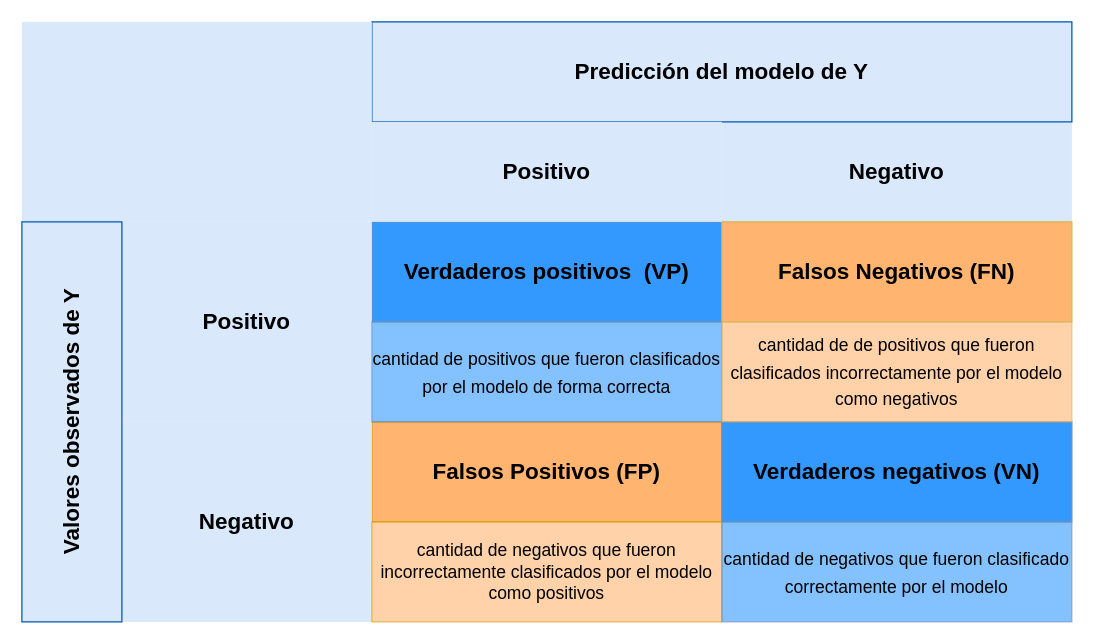
Before: docs/img/matriz_confusion.drawio in dgonxalex80/modelosEST3, a draw.io diagram. Source tidied: cells renumbered, new cells numbered last; positions are measured from the earlier drawing's top-left corner, leaving out a move shared by most shapes. Both pictures are drawn from the tidied source at 125%, with x=0, y=0 at pixel (21, 21).
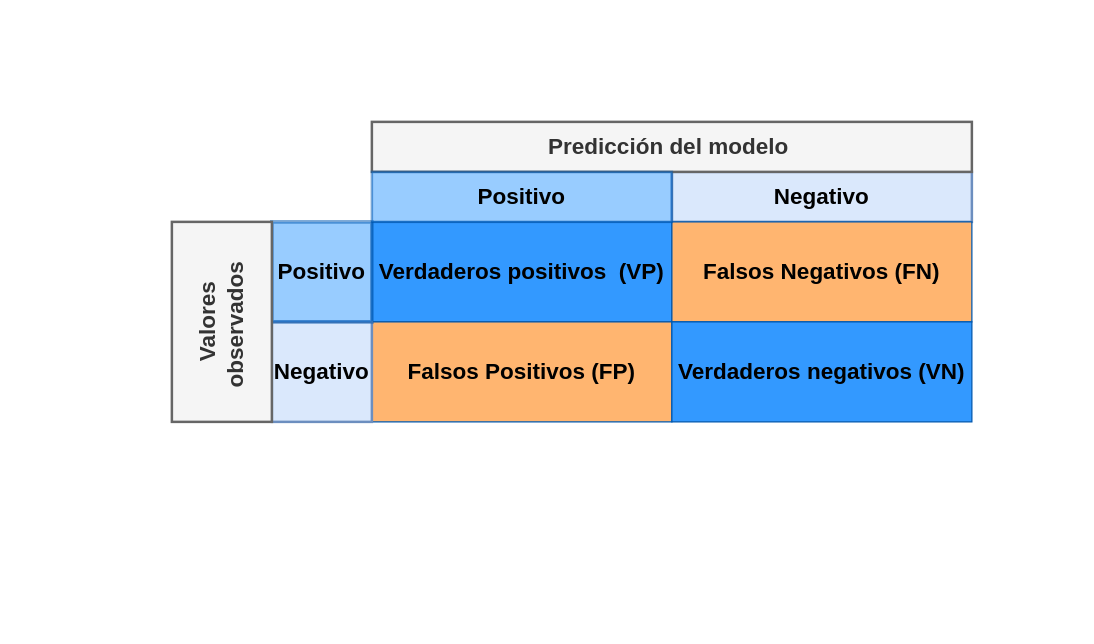
The same page after the edit.

The edit, as a diff of the source:
```diff
@@
 <mxGraphModel>
   <root>
     <mxCell id="0" />
     <mxCell id="1" parent="0" />
-    <mxCell id="2" value="Negativo" style="rounded=0;whiteSpace=wrap;html=1;fontSize=18;fontStyle=1;fillColor=#dae8fc;strokeColor=none;" parent="1" vertex="1">
-      <mxGeometry x="560" y="80" width="280" height="80" as="geometry" />
+    <mxCell id="2" value="Negativo" style="rounded=0;whiteSpace=wrap;html=1;fontSize=18;fontStyle=1;fillColor=#dae8fc;strokeColor=#6c8ebf;perimeterSpacing=2;strokeWidth=2;" parent="1" vertex="1">
+      <mxGeometry x="520" y="120" width="240" height="40" as="geometry" />
     </mxCell>
-    <mxCell id="3" value="&lt;b&gt;&lt;font&gt;Verdaderos positivos&amp;nbsp; (VP)&lt;/font&gt;&lt;/b&gt;" style="rounded=0;whiteSpace=wrap;html=1;fontSize=18;fillColor=#3399FF;strokeColor=#6c8ebf;strokeWidth=1;fontColor=#000000;" parent="1" vertex="1">
-      <mxGeometry x="280" y="160" width="280" height="80" as="geometry" />
+    <mxCell id="3" value="&lt;b&gt;&lt;font&gt;Verdaderos positivos&amp;nbsp; (VP)&lt;/font&gt;&lt;/b&gt;" style="rounded=0;whiteSpace=wrap;html=1;fontSize=18;fillColor=#3399FF;strokeColor=#0057AD;strokeWidth=1;fontColor=#000000;perimeterSpacing=2;" parent="1" vertex="1">
+      <mxGeometry x="280" y="160" width="240" height="80" as="geometry" />
     </mxCell>
-    <mxCell id="4" value="Falsos Negativos (FN)" style="rounded=0;whiteSpace=wrap;html=1;fontSize=18;fillColor=#FFB570;strokeColor=#d6b656;fontStyle=1;" parent="1" vertex="1">
-      <mxGeometry x="560" y="160" width="280" height="80" as="geometry" />
+    <mxCell id="4" value="Falsos Negativos (FN)" style="rounded=0;whiteSpace=wrap;html=1;fontSize=18;fillColor=#FFB570;strokeColor=#0057AD;fontStyle=1;perimeterSpacing=2;" parent="1" vertex="1">
+      <mxGeometry x="520" y="160" width="240" height="80" as="geometry" />
     </mxCell>
-    <mxCell id="5" value="Falsos Positivos (FP)" style="rounded=0;whiteSpace=wrap;html=1;fontSize=18;fontStyle=1;fillColor=#FFB570;strokeColor=#d79b00;" parent="1" vertex="1">
-      <mxGeometry x="280" y="320" width="280" height="80" as="geometry" />
+    <mxCell id="5" value="Falsos Positivos (FP)" style="rounded=0;whiteSpace=wrap;html=1;fontSize=18;fontStyle=1;fillColor=#FFB570;strokeColor=#0057AD;perimeterSpacing=2;" parent="1" vertex="1">
+      <mxGeometry x="280" y="240" width="240" height="80" as="geometry" />
     </mxCell>
-    <mxCell id="6" value="Verdaderos negativos (VN)" style="rounded=0;whiteSpace=wrap;html=1;fontSize=18;fontStyle=1;fillColor=#3399FF;strokeColor=#6c8ebf;" parent="1" vertex="1">
-      <mxGeometry x="560" y="320" width="280" height="80" as="geometry" />
+    <mxCell id="6" value="Verdaderos negativos (VN)" style="rounded=0;whiteSpace=wrap;html=1;fontSize=18;fontStyle=1;fillColor=#3399FF;strokeColor=#0057AD;perimeterSpacing=2;" parent="1" vertex="1">
+      <mxGeometry x="520" y="240" width="240" height="80" as="geometry" />
     </mxCell>
-    <mxCell id="7" value="Predicción del modelo de Y" style="rounded=0;whiteSpace=wrap;html=1;fontSize=18;fontStyle=1;fillColor=#dae8fc;strokeColor=#0057AD;" parent="1" vertex="1">
-      <mxGeometry x="280" width="560" height="80" as="geometry" />
+    <mxCell id="7" value="Predicción del modelo&amp;nbsp;" style="rounded=0;whiteSpace=wrap;html=1;fontSize=18;fontStyle=1;fillColor=#f5f5f5;strokeColor=#666666;perimeterSpacing=2;strokeWidth=2;fontColor=#333333;" parent="1" vertex="1">
+      <mxGeometry x="280" y="80" width="480" height="40" as="geometry" />
     </mxCell>
-    <mxCell id="8" value="Negativo" style="rounded=0;whiteSpace=wrap;html=1;fontSize=18;fontStyle=1;fillColor=#dae8fc;strokeColor=none;" parent="1" vertex="1">
-      <mxGeometry x="80" y="320" width="200" height="160" as="geometry" />
+    <mxCell id="8" value="Negativo" style="rounded=0;whiteSpace=wrap;html=1;fontSize=18;fontStyle=1;fillColor=#dae8fc;strokeColor=#6c8ebf;strokeWidth=2;perimeterSpacing=2;" parent="1" vertex="1">
+      <mxGeometry x="200" y="240" width="80" height="80" as="geometry" />
     </mxCell>
-    <mxCell id="9" value="Positivo" style="rounded=0;whiteSpace=wrap;html=1;fontSize=18;fontStyle=1;fillColor=#dae8fc;strokeColor=none;" parent="1" vertex="1">
-      <mxGeometry x="80" y="160" width="200" height="160" as="geometry" />
+    <mxCell id="9" value="Positivo" style="rounded=0;whiteSpace=wrap;html=1;fontSize=18;fontStyle=1;fillColor=#3399FF;strokeColor=#0057AD;opacity=50;perimeterSpacing=2;strokeWidth=3;gradientColor=none;" parent="1" vertex="1">
+      <mxGeometry x="200" y="160" width="80" height="80" as="geometry" />
     </mxCell>
-    <mxCell id="10" style="rounded=0;whiteSpace=wrap;html=1;fontSize=18;fillColor=#dae8fc;strokeColor=none;" parent="1" vertex="1">
-      <mxGeometry width="280" height="160" as="geometry" />
-    </mxCell>
-    <mxCell id="11" value="Valores observados de Y&lt;br&gt;" style="rounded=0;whiteSpace=wrap;html=1;fontSize=18;horizontal=0;fontStyle=1;fillColor=#dae8fc;strokeColor=#0057AD;" parent="1" vertex="1">
-      <mxGeometry y="160" width="80" height="320" as="geometry" />
+    <mxCell id="11" value="Valores observados&amp;nbsp;" style="rounded=0;whiteSpace=wrap;html=1;fontSize=18;horizontal=0;fontStyle=1;fillColor=#f5f5f5;strokeColor=#666666;strokeWidth=2;perimeterSpacing=2;fontColor=#333333;" parent="1" vertex="1">
+      <mxGeometry x="120" y="160" width="80" height="160" as="geometry" />
     </mxCell>
-    <mxCell id="12" value="cantidad de negativos que fueron incorrectamente clasificados por el modelo como positivos" style="rounded=0;whiteSpace=wrap;html=1;fontSize=14;fillColor=#FFB570;strokeColor=#d79b00;opacity=60;" parent="1" vertex="1">
-      <mxGeometry x="280" y="400" width="280" height="80" as="geometry" />
-    </mxCell>
-    <mxCell id="13" value="&lt;font style=&quot;font-size: 14px&quot;&gt;cantidad de positivos que fueron clasificados por el modelo de forma correcta&lt;/font&gt;" style="rounded=0;whiteSpace=wrap;html=1;fontSize=18;fillColor=#3399FF;opacity=60;strokeColor=#6c8ebf;" parent="1" vertex="1">
-      <mxGeometry x="280" y="240" width="280" height="80" as="geometry" />
-    </mxCell>
-    <mxCell id="14" value="&lt;font style=&quot;font-size: 14px&quot;&gt;cantidad de de positivos que fueron clasificados incorrectamente por el modelo como negativos&lt;/font&gt;" style="rounded=0;whiteSpace=wrap;html=1;fontSize=18;fillColor=#FFB570;strokeColor=#d6b656;opacity=60;" parent="1" vertex="1">
-      <mxGeometry x="560" y="240" width="280" height="80" as="geometry" />
-    </mxCell>
-    <mxCell id="15" value="&lt;font style=&quot;font-size: 14px&quot;&gt;cantidad de negativos que fueron clasificado correctamente por el modelo&lt;/font&gt;" style="rounded=0;whiteSpace=wrap;html=1;fontSize=18;fillColor=#3399FF;strokeColor=#6c8ebf;perimeterSpacing=0;opacity=60;" parent="1" vertex="1">
-      <mxGeometry x="560" y="400" width="280" height="80" as="geometry" />
-    </mxCell>
-    <mxCell id="16" value="Positivo" style="rounded=0;whiteSpace=wrap;html=1;fontSize=18;fontStyle=1;fillColor=#dae8fc;strokeColor=none;" parent="1" vertex="1">
-      <mxGeometry x="280" y="80" width="280" height="80" as="geometry" />
+    <mxCell id="16" value="Positivo" style="rounded=0;whiteSpace=wrap;html=1;fontSize=18;fontStyle=1;fillColor=#3399FF;strokeColor=#0057AD;opacity=50;perimeterSpacing=2;strokeWidth=2;" parent="1" vertex="1">
+      <mxGeometry x="280" y="120" width="240" height="40" as="geometry" />
     </mxCell>
   </root>
 </mxGraphModel>
```
